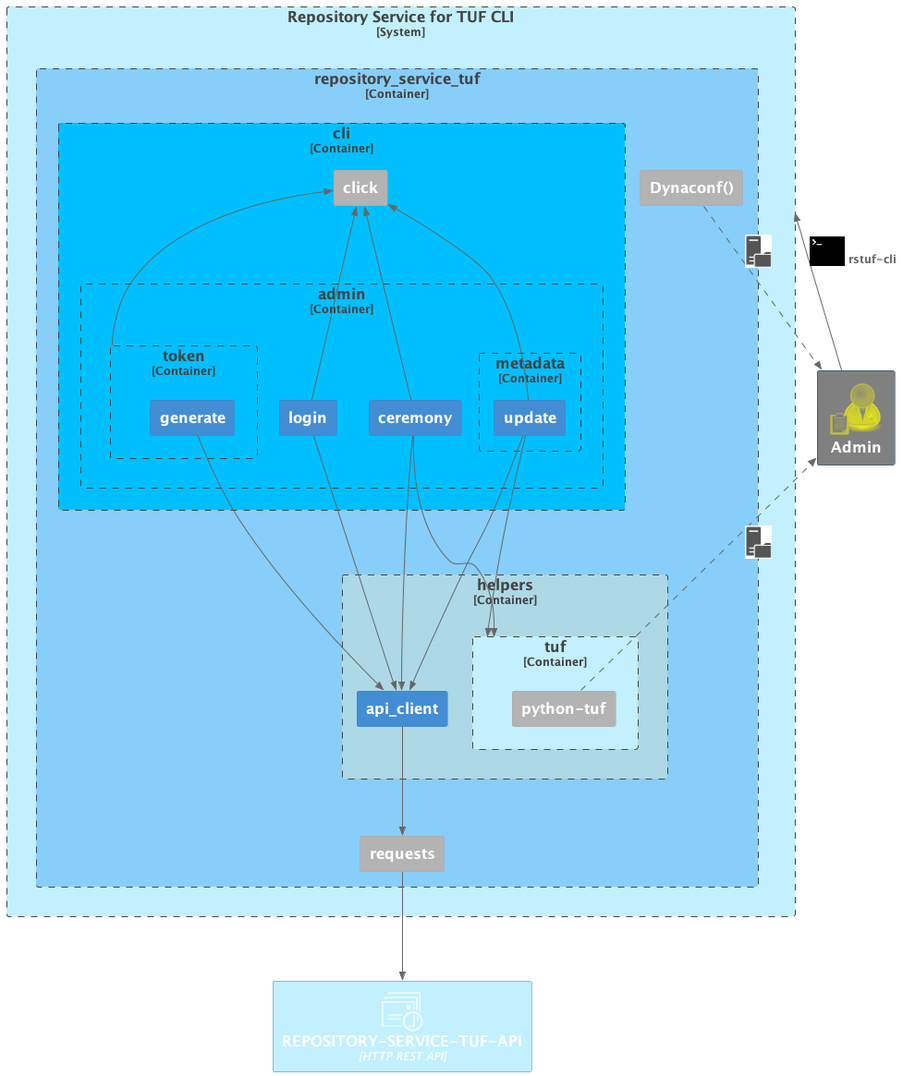
Before: docs/source/_static/repository-service-tuf-cli-C3.png, a diagram exported from PlantUML (repository-service-tuf/repository-service-tuf-cli).
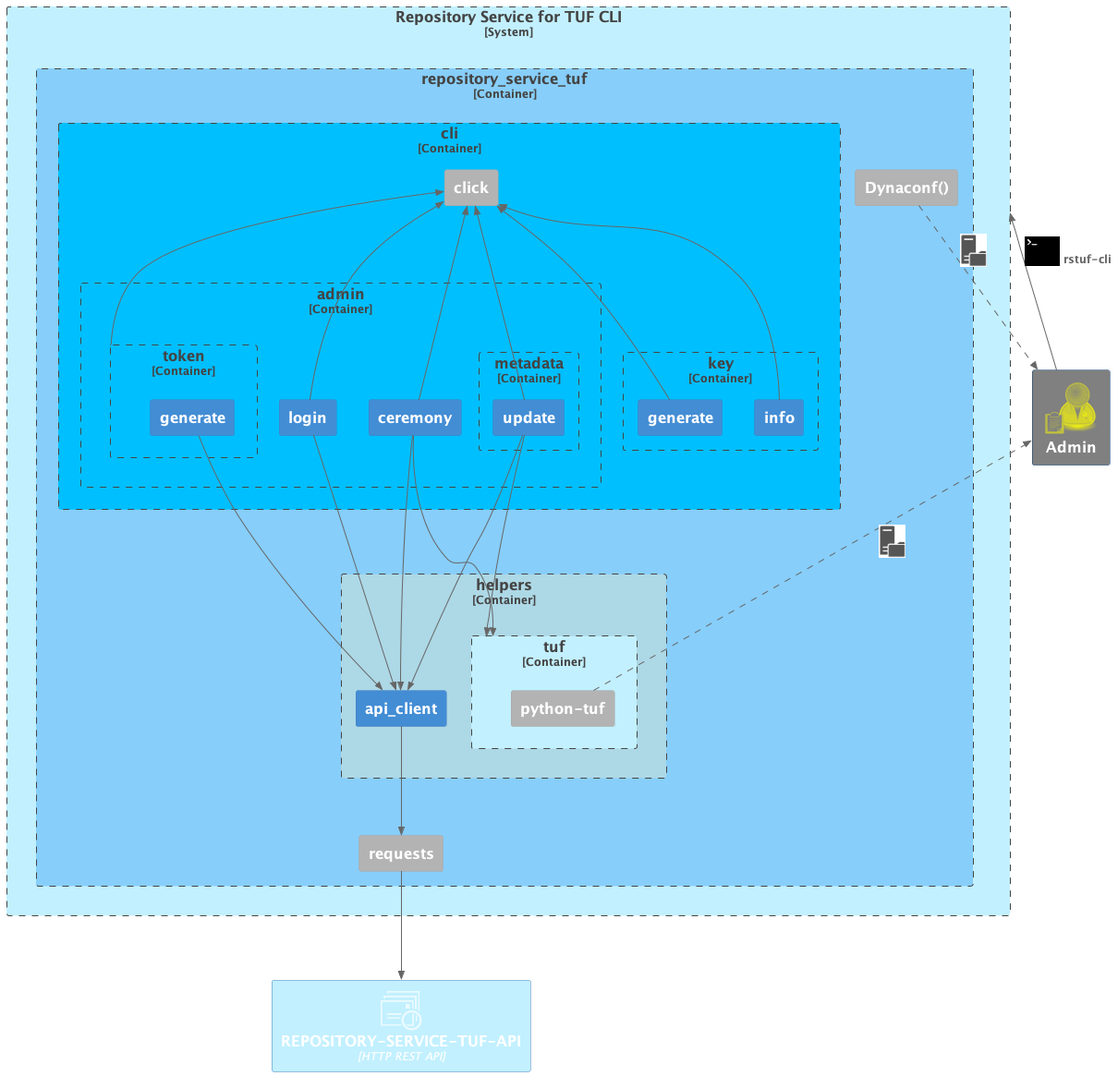
The same diagram one commit later.

Commit message:
Feature: Key info  (#293)

Change to the diagram source:
```diff
@@ -54,6 +54,10 @@
                     Container(generate, "generate")
                 }
             }
+            Container_Boundary(key, "key") {
+                Container(key_generate, "generate")
+                Container(info, "info")
+            }
         }
         Container_Boundary(users, "helpers",) #LightBlue {
             Container(api_client, "api_client")
@@ -81,6 +85,8 @@
 Rel(dynaconf, user, " ", $tags="os")
 Rel(python_tuf, user, " ", $tags="os")
 Rel_U(ceremony, click, " ")
+Rel_U(key_generate, click, " ")
+Rel_U(info, click, " ")
 Rel_U(login, click, " ")
 Rel_U(update, click, " ")
 
```
